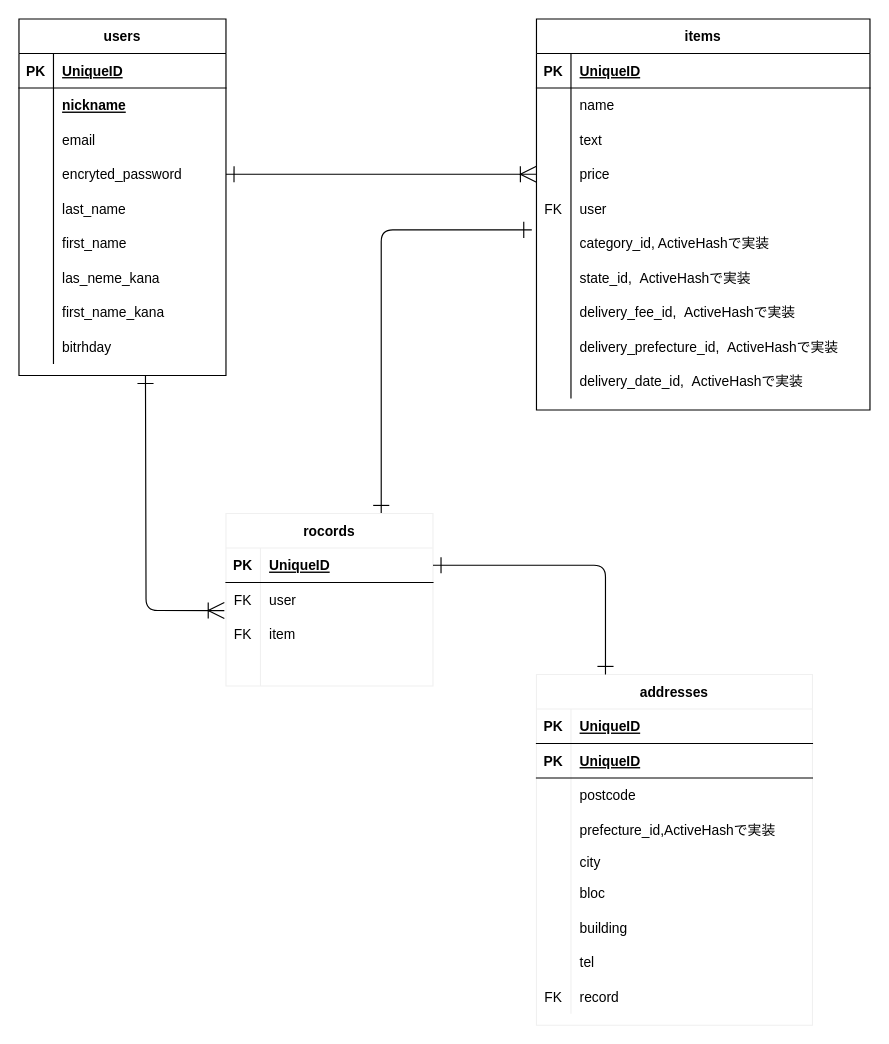
Earlier version of the draw.io diagram ER図.dio (teru-90/furima-33069). Source tidied: cells renumbered, new cells numbered last; positions are measured from the earlier drawing's top-left corner, leaving out a move shared by most shapes. Both pictures are drawn from the tidied source at 115%, with x=0, y=0 at pixel (18, 18).
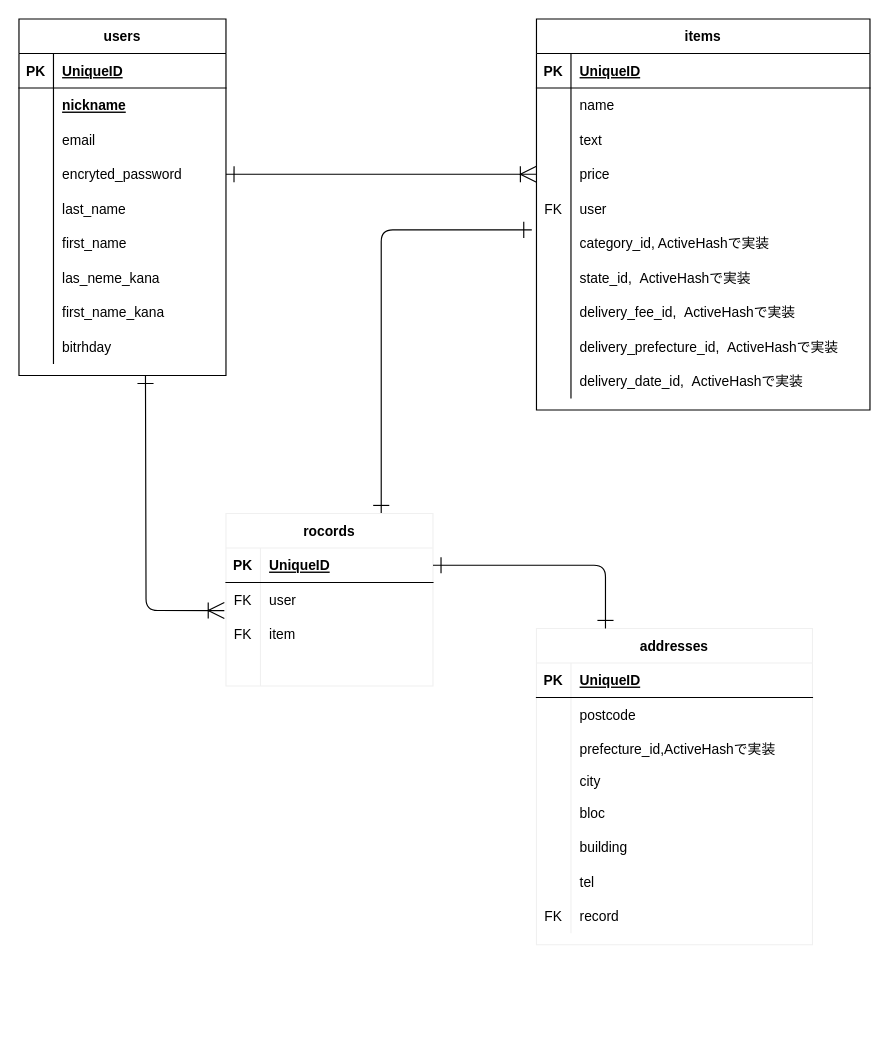
Above is the later version.

Commit message (it also covers changes not shown here):
アソシエーション訂正・メール一意性の追加

The edit, as a diff of the source:
```diff
@@
     <mxCell id="76" value="addresses" style="shape=table;startSize=30;childLayout=tableLayout;rowLines=0;fontStyle=1;align=center;strokeColor=#f0f0f0;" parent="1" vertex="1">
-      <mxGeometry x="450" y="570" width="240" height="305" as="geometry" />
+      <mxGeometry x="450" y="530" width="240" height="275" as="geometry" />
     </mxCell>
@@
-    <mxCell id="80" style="shape=partialRectangle;fillColor=none;top=0;left=0;bottom=1;right=0;" parent="76" vertex="1">
-      <mxGeometry y="60" width="240" height="30" as="geometry" />
-    </mxCell>
-    <mxCell id="81" value="PK" style="shape=partialRectangle;fillColor=none;top=0;left=0;bottom=0;right=0;fontStyle=1;overflow=hidden;" parent="80" vertex="1">
-      <mxGeometry width="30" height="30" as="geometry" />
-    </mxCell>
-    <mxCell id="82" value="UniqueID" style="shape=partialRectangle;fillColor=none;top=0;left=0;bottom=0;right=0;align=left;spacingLeft=6;fontStyle=5;overflow=hidden;" parent="80" vertex="1">
-      <mxGeometry x="30" width="210" height="30" as="geometry" />
-    </mxCell>
     <mxCell id="83" style="shape=partialRectangle;fillColor=none;top=0;left=0;bottom=0;right=0;" parent="76" vertex="1">
-      <mxGeometry y="90" width="240" height="30" as="geometry" />
+      <mxGeometry y="60" width="240" height="30" as="geometry" />
     </mxCell>
@@
     <mxCell id="86" style="shape=partialRectangle;fillColor=none;top=0;left=0;bottom=0;right=0;" parent="76" vertex="1">
-      <mxGeometry y="120" width="240" height="30" as="geometry" />
+      <mxGeometry y="90" width="240" height="30" as="geometry" />
     </mxCell>
@@
     <mxCell id="89" style="shape=partialRectangle;fillColor=none;top=0;left=0;bottom=0;right=0;" parent="76" vertex="1">
-      <mxGeometry y="150" width="240" height="25" as="geometry" />
+      <mxGeometry y="120" width="240" height="25" as="geometry" />
     </mxCell>
@@
     <mxCell id="92" style="shape=partialRectangle;fillColor=none;top=0;left=0;bottom=0;right=0;" parent="76" vertex="1">
-      <mxGeometry y="175" width="240" height="30" as="geometry" />
+      <mxGeometry y="145" width="240" height="30" as="geometry" />
     </mxCell>
@@
     <mxCell id="95" style="shape=partialRectangle;fillColor=none;top=0;left=0;bottom=0;right=0;" parent="76" vertex="1">
-      <mxGeometry y="205" width="240" height="30" as="geometry" />
+      <mxGeometry y="175" width="240" height="30" as="geometry" />
     </mxCell>
@@
     <mxCell id="98" style="shape=partialRectangle;fillColor=none;top=0;left=0;bottom=0;right=0;" parent="76" vertex="1">
-      <mxGeometry y="235" width="240" height="30" as="geometry" />
+      <mxGeometry y="205" width="240" height="30" as="geometry" />
     </mxCell>
@@
     <mxCell id="101" style="shape=partialRectangle;fillColor=none;top=0;left=0;bottom=0;right=0;" parent="76" vertex="1">
-      <mxGeometry y="265" width="240" height="30" as="geometry" />
+      <mxGeometry y="235" width="240" height="30" as="geometry" />
     </mxCell>
```
